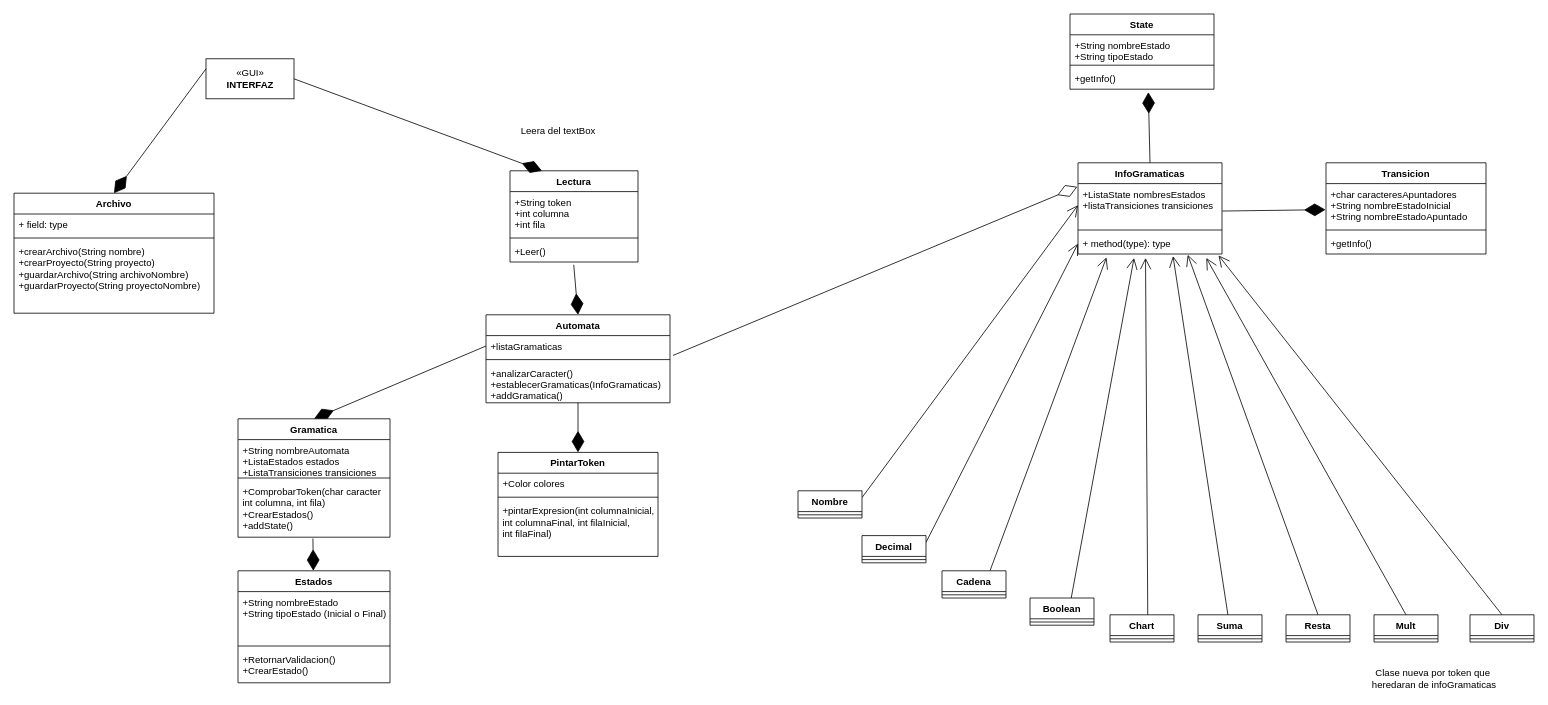
The draw.io diagram Diagrama_de_Clases.drawio in Camran1234/Projecto1_Lenguajes_Analizador_Lexico, before the edit. Source tidied: cells renumbered, new cells numbered last; positions are measured from the earlier drawing's top-left corner, leaving out a move shared by most shapes. Both pictures are drawn from the tidied source at 80%, with x=0, y=0 at pixel (14, 14).
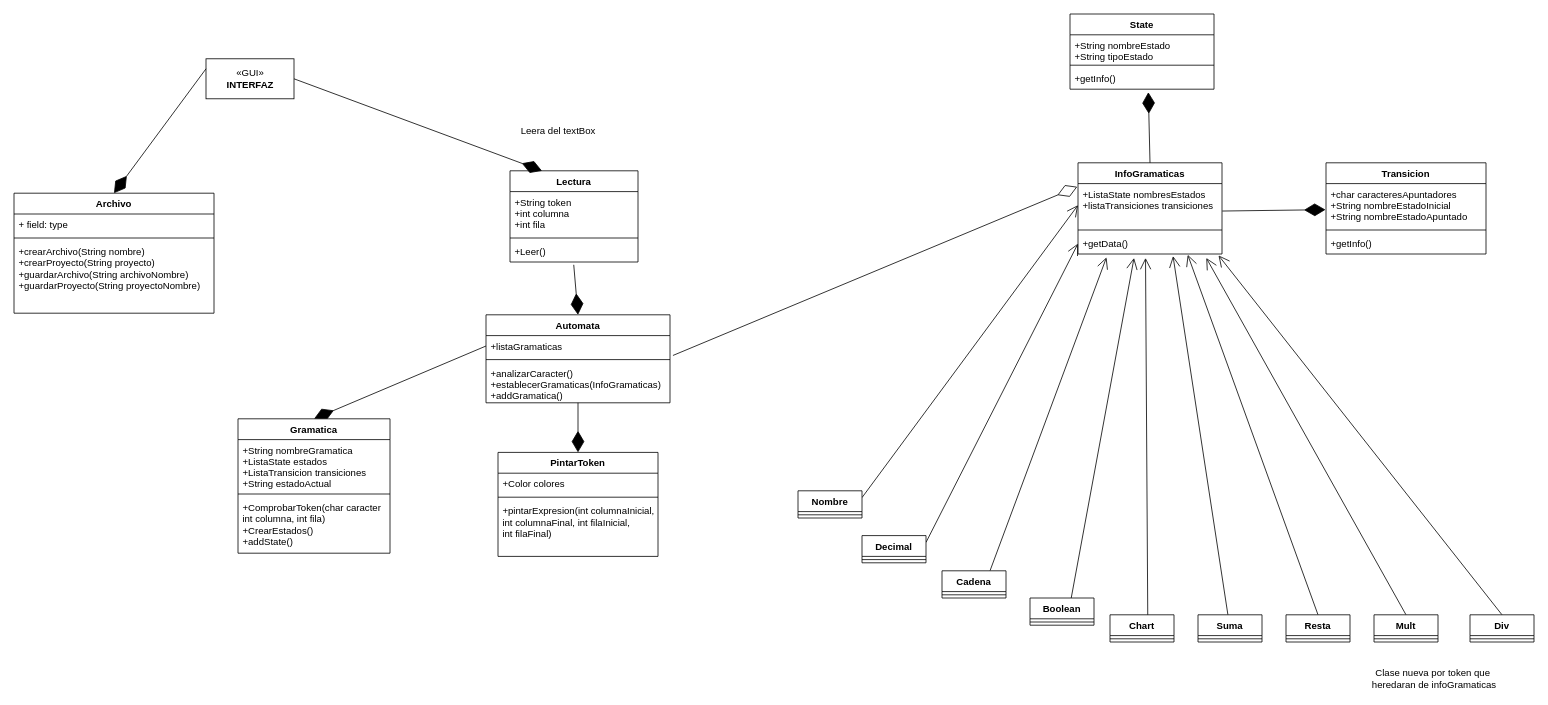
The same diagram, later.

Unchanged cells that the change refers to:
```xml
<mxCell id="26" value="InfoGramaticas" style="swimlane;fontStyle=1;align=center;verticalAlign=top;horizontal=1;startSize=26;" parent="1" vertex="1">
  <mxGeometry x="1330" y="186" width="180" height="114" as="geometry" />
</mxCell>
```

The edit, as a diff of the source:
```diff
@@
-    <mxCell id="3" style="endArrow=diamondThin;endFill=1;endSize=24;html=1;exitX=0.493;exitY=1.024;exitDx=0;exitDy=0;exitPerimeter=0;" parent="1" edge="1" source="64" target="8">
-      <mxGeometry relative="1" as="geometry" />
-    </mxCell>
@@
-    <mxCell id="8" value="Estados" style="swimlane;fontStyle=1;align=center;verticalAlign=top;horizontal=1;startSize=26;" parent="1" vertex="1">
-      <mxGeometry x="280" y="696" width="190" height="140" as="geometry" />
-    </mxCell>
-    <mxCell id="9" value="+String nombreEstado&#10;+String tipoEstado (Inicial o Final)" style="text;strokeColor=none;fillColor=none;align=left;verticalAlign=top;spacingLeft=4;spacingRight=4;overflow=hidden;" parent="8" vertex="1">
-      <mxGeometry y="26" width="190" height="64" as="geometry" />
-    </mxCell>
-    <mxCell id="10" style="line;strokeWidth=1;fillColor=none;align=left;verticalAlign=middle;spacingTop=-1;spacingLeft=3;spacingRight=3;labelPosition=right;" parent="8" vertex="1">
-      <mxGeometry y="90" width="190" height="8" as="geometry" />
-    </mxCell>
-    <mxCell id="11" value="+RetornarValidacion()&#10;+CrearEstado()" style="text;strokeColor=none;fillColor=none;align=left;verticalAlign=top;spacingLeft=4;spacingRight=4;overflow=hidden;" parent="8" vertex="1">
-      <mxGeometry y="98" width="190" height="42" as="geometry" />
-    </mxCell>
@@
-    <mxCell id="29" value="+ method(type): type" style="text;strokeColor=none;fillColor=none;align=left;verticalAlign=top;spacingLeft=4;spacingRight=4;overflow=hidden;points=[[0,0.5],[1,0.5]];portConstraint=eastwest;" parent="26" vertex="1">
+    <mxCell id="29" value="+getData()" style="text;strokeColor=none;fillColor=none;align=left;verticalAlign=top;spacingLeft=4;spacingRight=4;overflow=hidden;points=[[0,0.5],[1,0.5]];portConstraint=eastwest;" parent="26" vertex="1">
       <mxGeometry y="88" width="180" height="26" as="geometry" />
     </mxCell>
@@
     <mxCell id="61" value="Gramatica" style="swimlane;fontStyle=1;align=center;verticalAlign=top;horizontal=1;startSize=26;" parent="1" vertex="1">
-      <mxGeometry x="280" y="506" width="190" height="148" as="geometry" />
+      <mxGeometry x="280" y="506" width="190" height="168" as="geometry" />
     </mxCell>
-    <mxCell id="62" value="+String nombreAutomata&#10;+ListaEstados estados&#10;+ListaTransiciones transiciones" style="text;strokeColor=none;fillColor=none;align=left;verticalAlign=top;spacingLeft=4;spacingRight=4;overflow=hidden;" parent="61" vertex="1">
-      <mxGeometry y="26" width="190" height="44" as="geometry" />
+    <mxCell id="62" value="+String nombreGramatica&#10;+ListaState estados&#10;+ListaTransicion transiciones&#10;+String estadoActual" style="text;strokeColor=none;fillColor=none;align=left;verticalAlign=top;spacingLeft=4;spacingRight=4;overflow=hidden;" parent="61" vertex="1">
+      <mxGeometry y="26" width="190" height="64" as="geometry" />
     </mxCell>
     <mxCell id="63" style="line;strokeWidth=1;fillColor=none;align=left;verticalAlign=middle;spacingTop=-1;spacingLeft=3;spacingRight=3;labelPosition=right;" parent="61" vertex="1">
-      <mxGeometry y="70" width="190" height="8" as="geometry" />
+      <mxGeometry y="90" width="190" height="8" as="geometry" />
     </mxCell>
     <mxCell id="64" value="+ComprobarToken(char caracter&#10;int columna, int fila)&#10;+CrearEstados()&#10;+addState()" style="text;strokeColor=none;fillColor=none;align=left;verticalAlign=top;spacingLeft=4;spacingRight=4;overflow=hidden;points=[[0,0.5],[1,0.5]];portConstraint=eastwest;" parent="61" vertex="1">
-      <mxGeometry y="78" width="190" height="70" as="geometry" />
+      <mxGeometry y="98" width="190" height="70" as="geometry" />
     </mxCell>
```
